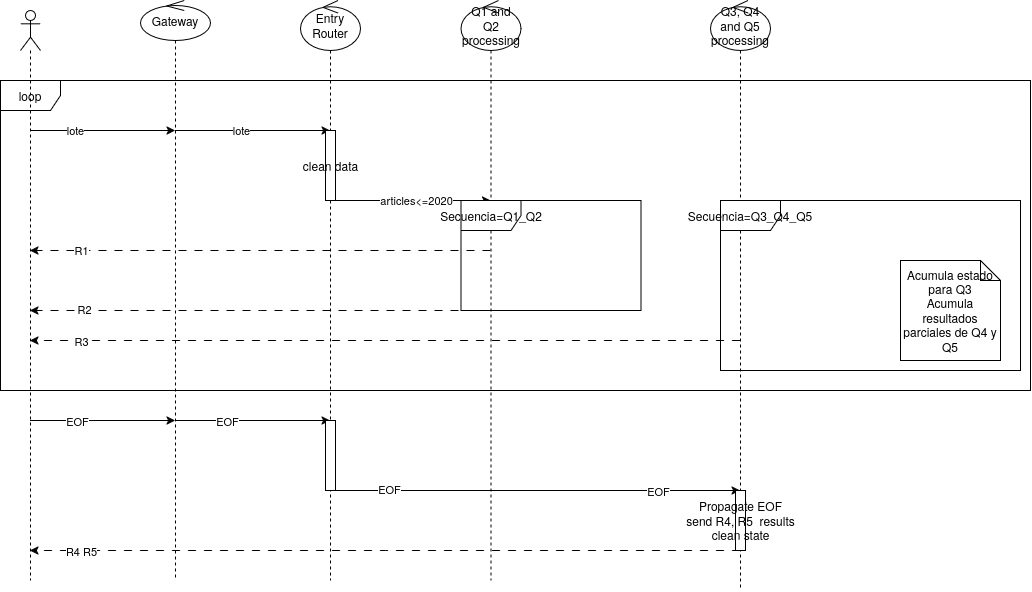
The draw.io diagram diagrams/Distribuidos - TP Diseño-Secuencia.drawio.png in mrti259/fiuba-tp-template, before a commit. Source tidied: cells renumbered, new cells last; positions are measured from the earlier drawing's top-left corner, leaving out a move shared by most shapes. Its diagram source:
```xml
<mxGraphModel>
  <root>
    <mxCell id="0" />
    <mxCell id="1" parent="0" />
    <mxCell id="2" value="loop" style="shape=umlFrame;whiteSpace=wrap;html=1;" parent="1" vertex="1">
      <mxGeometry y="80" width="1030" height="310" as="geometry" />
    </mxCell>
    <mxCell id="3" style="edgeStyle=sequenceEdgeStyle;rounded=0;jettySize=auto;html=1;libavoidRouting=0;curved=0;" parent="1" edge="1" source="7" target="14">
      <mxGeometry relative="1" as="geometry">
        <Array as="points">
          <mxPoint x="102" y="130" />
        </Array>
      </mxGeometry>
    </mxCell>
    <mxCell id="4" value="lote" style="edgeLabel;html=1;align=center;verticalAlign=middle;" parent="3" vertex="1">
      <mxGeometry x="-0.39" y="1" relative="1" as="geometry" />
    </mxCell>
    <mxCell id="5" style="edgeStyle=sequenceEdgeStyle;rounded=0;jettySize=auto;html=1;libavoidRouting=0;curved=0;" parent="1" edge="1" source="7" target="14">
      <mxGeometry relative="1" as="geometry">
        <Array as="points">
          <mxPoint x="102" y="420" />
        </Array>
      </mxGeometry>
    </mxCell>
    <mxCell id="6" value="EOF" style="edgeLabel;html=1;align=center;verticalAlign=middle;" parent="5" vertex="1">
      <mxGeometry x="-0.37" relative="1" as="geometry">
        <mxPoint x="1" as="offset" />
      </mxGeometry>
    </mxCell>
    <mxCell id="7" style="shape=umlLifeline;perimeter=lifelinePerimeter;whiteSpace=wrap;html=1;outlineConnect=0;portConstraint=eastwest;newEdgeStyle={&quot;edgeStyle&quot;:&quot;sequenceEdgeStyle&quot;,&quot;libavoidRouting&quot;:0,&quot;curved&quot;:0,&quot;rounded&quot;:0};participant=umlActor;" parent="1" vertex="1">
      <mxGeometry x="20" y="10" width="20" height="570" as="geometry" />
    </mxCell>
    <mxCell id="8" style="edgeStyle=sequenceEdgeStyle;rounded=0;jettySize=auto;html=1;libavoidRouting=0;curved=0;" parent="1" edge="1" source="14" target="18">
      <mxGeometry relative="1" as="geometry">
        <Array as="points">
          <mxPoint x="252" y="130" />
        </Array>
      </mxGeometry>
    </mxCell>
    <mxCell id="9" value="lote" style="edgeLabel;html=1;align=center;verticalAlign=middle;" parent="8" vertex="1">
      <mxGeometry x="-0.15" y="1" relative="1" as="geometry" />
    </mxCell>
    <mxCell id="10" style="edgeStyle=sequenceEdgeStyle;rounded=0;jettySize=auto;html=1;libavoidRouting=0;curved=0;dashed=1;dashPattern=8 8;" parent="1" edge="1" source="23" target="7">
      <mxGeometry x="0.7" relative="1" as="geometry">
        <Array as="points">
          <mxPoint x="259.8" y="250" />
        </Array>
      </mxGeometry>
    </mxCell>
    <mxCell id="11" value="R1" style="edgeLabel;html=1;align=center;verticalAlign=middle;" parent="10" vertex="1">
      <mxGeometry x="0.78" relative="1" as="geometry">
        <mxPoint x="1" as="offset" />
      </mxGeometry>
    </mxCell>
    <mxCell id="12" style="edgeStyle=sequenceEdgeStyle;rounded=0;jettySize=auto;html=1;libavoidRouting=0;curved=0;" parent="1" edge="1" source="14" target="18">
      <mxGeometry relative="1" as="geometry">
        <Array as="points">
          <mxPoint x="252" y="420" />
        </Array>
      </mxGeometry>
    </mxCell>
    <mxCell id="13" value="EOF" style="edgeLabel;html=1;align=center;verticalAlign=middle;" parent="12" vertex="1">
      <mxGeometry x="-0.33" relative="1" as="geometry" />
    </mxCell>
    <mxCell id="14" value="Gateway" style="shape=umlLifeline;perimeter=lifelinePerimeter;whiteSpace=wrap;html=1;outlineConnect=0;portConstraint=eastwest;newEdgeStyle={&quot;edgeStyle&quot;:&quot;sequenceEdgeStyle&quot;,&quot;libavoidRouting&quot;:0,&quot;curved&quot;:0,&quot;rounded&quot;:0};participant=umlControl;" parent="1" vertex="1">
      <mxGeometry x="140" width="70" height="580" as="geometry" />
    </mxCell>
    <mxCell id="15" style="edgeStyle=sequenceEdgeStyle;rounded=0;jettySize=auto;html=1;libavoidRouting=0;curved=0;" parent="1" edge="1" source="20" target="31">
      <mxGeometry relative="1" as="geometry">
        <Array as="points">
          <mxPoint x="537.2" y="490" />
        </Array>
      </mxGeometry>
    </mxCell>
    <mxCell id="16" value="EOF" style="edgeLabel;html=1;align=center;verticalAlign=middle;" parent="15" vertex="1">
      <mxGeometry x="0.6" relative="1" as="geometry" />
    </mxCell>
    <mxCell id="17" value="EOF" style="edgeLabel;html=1;align=center;verticalAlign=middle;" parent="15" vertex="1">
      <mxGeometry x="-0.74" y="1" relative="1" as="geometry" />
    </mxCell>
    <mxCell id="18" value="Entry Router" style="shape=umlLifeline;perimeter=lifelinePerimeter;whiteSpace=wrap;html=1;outlineConnect=0;portConstraint=eastwest;newEdgeStyle={&quot;edgeStyle&quot;:&quot;sequenceEdgeStyle&quot;,&quot;libavoidRouting&quot;:0,&quot;curved&quot;:0,&quot;rounded&quot;:0};participant=umlControl;size=50;" parent="1" vertex="1">
      <mxGeometry x="300" width="60" height="580" as="geometry" />
    </mxCell>
    <mxCell id="19" value="clean data" style="html=1;points=[[0,0,0,0,5],[0,1,0,0,-5],[1,0,0,0,5],[1,1,0,0,-5]];perimeter=orthogonalPerimeter;outlineConnect=0;targetShapes=umlLifeline;portConstraint=eastwest;newEdgeStyle={&quot;edgeStyle&quot;:&quot;sequenceEdgeStyle&quot;,&quot;libavoidRouting&quot;:0,&quot;curved&quot;:0,&quot;rounded&quot;:0};" parent="18" vertex="1">
      <mxGeometry x="25" y="130" width="10" height="70" as="geometry" />
    </mxCell>
    <mxCell id="20" style="html=1;points=[[0,0,0,0,5],[0,1,0,0,-5],[1,0,0,0,5],[1,1,0,0,-5]];perimeter=orthogonalPerimeter;outlineConnect=0;targetShapes=umlLifeline;portConstraint=eastwest;newEdgeStyle={&quot;edgeStyle&quot;:&quot;sequenceEdgeStyle&quot;,&quot;libavoidRouting&quot;:0,&quot;curved&quot;:0,&quot;rounded&quot;:0};" parent="18" vertex="1">
      <mxGeometry x="25" y="420" width="10" height="70" as="geometry" />
    </mxCell>
    <mxCell id="21" style="edgeStyle=sequenceEdgeStyle;rounded=0;jettySize=auto;html=1;libavoidRouting=0;curved=0;dashed=1;dashPattern=8 8;" parent="1" edge="1" source="23" target="7">
      <mxGeometry relative="1" as="geometry">
        <Array as="points">
          <mxPoint x="259.8" y="310" />
        </Array>
      </mxGeometry>
    </mxCell>
    <mxCell id="22" value="R2" style="edgeLabel;html=1;align=center;verticalAlign=middle;" parent="21" vertex="1">
      <mxGeometry x="0.77" y="-2" relative="1" as="geometry" />
    </mxCell>
    <mxCell id="23" value="Q1 and&lt;div&gt;Q2 processing&lt;/div&gt;" style="shape=umlLifeline;perimeter=lifelinePerimeter;whiteSpace=wrap;html=1;outlineConnect=0;portConstraint=eastwest;newEdgeStyle={&quot;edgeStyle&quot;:&quot;sequenceEdgeStyle&quot;,&quot;libavoidRouting&quot;:0,&quot;curved&quot;:0,&quot;rounded&quot;:0};participant=umlControl;size=50;" parent="1" vertex="1">
      <mxGeometry x="460.5" width="60" height="580" as="geometry" />
    </mxCell>
    <mxCell id="24" style="edgeStyle=sequenceEdgeStyle;rounded=0;jettySize=auto;html=1;libavoidRouting=0;curved=0;" parent="1" edge="1" source="19" target="23">
      <mxGeometry relative="1" as="geometry">
        <Array as="points">
          <mxPoint x="412.5" y="200" />
        </Array>
      </mxGeometry>
    </mxCell>
    <mxCell id="25" value="articles&amp;lt;=2020" style="edgeLabel;html=1;align=center;verticalAlign=middle;" parent="24" vertex="1">
      <mxGeometry x="0.21" y="-2" relative="1" as="geometry">
        <mxPoint x="-14" y="-2" as="offset" />
      </mxGeometry>
    </mxCell>
    <mxCell id="26" value="Secuencia=Q1_Q2" style="shape=umlFrame;whiteSpace=wrap;html=1;" parent="1" vertex="1">
      <mxGeometry x="460.5" y="200" width="180" height="110" as="geometry" />
    </mxCell>
    <mxCell id="27" style="edgeStyle=sequenceEdgeStyle;rounded=0;jettySize=auto;html=1;libavoidRouting=0;curved=0;dashed=1;dashPattern=8 8;" parent="1" edge="1" source="31" target="7">
      <mxGeometry relative="1" as="geometry">
        <Array as="points">
          <mxPoint x="384.5" y="340" />
        </Array>
      </mxGeometry>
    </mxCell>
    <mxCell id="28" value="R3" style="edgeLabel;html=1;align=center;verticalAlign=middle;" parent="27" vertex="1">
      <mxGeometry x="0.87" y="3" relative="1" as="geometry">
        <mxPoint x="5" y="-3" as="offset" />
      </mxGeometry>
    </mxCell>
    <mxCell id="29" style="edgeStyle=sequenceEdgeStyle;rounded=0;jettySize=auto;html=1;libavoidRouting=0;curved=0;dashed=1;dashPattern=8 8;" parent="1" edge="1" source="31" target="7">
      <mxGeometry relative="1" as="geometry">
        <Array as="points">
          <mxPoint x="384" y="550" />
        </Array>
      </mxGeometry>
    </mxCell>
    <mxCell id="30" value="R4 R5" style="edgeLabel;html=1;align=center;verticalAlign=middle;" parent="29" vertex="1">
      <mxGeometry x="0.87" y="1" relative="1" as="geometry">
        <mxPoint x="4" y="-1" as="offset" />
      </mxGeometry>
    </mxCell>
    <mxCell id="31" value="Q3,&amp;nbsp;&lt;span style=&quot;background-color: transparent; color: light-dark(rgb(0, 0, 0), rgb(255, 255, 255));&quot;&gt;Q4 and Q5 processing&lt;/span&gt;" style="shape=umlLifeline;perimeter=lifelinePerimeter;whiteSpace=wrap;html=1;outlineConnect=0;portConstraint=eastwest;newEdgeStyle={&quot;edgeStyle&quot;:&quot;sequenceEdgeStyle&quot;,&quot;libavoidRouting&quot;:0,&quot;curved&quot;:0,&quot;rounded&quot;:0};participant=umlControl;size=50;" parent="1" vertex="1">
      <mxGeometry x="710" width="60" height="590" as="geometry" />
    </mxCell>
    <mxCell id="32" value="&lt;div&gt;Propagate EOF&lt;/div&gt;&lt;div&gt;send R4, R5&amp;nbsp; results&lt;/div&gt;&lt;div&gt;clean state&lt;/div&gt;" style="html=1;points=[[0,0,0,0,5],[0,1,0,0,-5],[1,0,0,0,5],[1,1,0,0,-5]];perimeter=orthogonalPerimeter;outlineConnect=0;targetShapes=umlLifeline;portConstraint=eastwest;newEdgeStyle={&quot;edgeStyle&quot;:&quot;sequenceEdgeStyle&quot;,&quot;libavoidRouting&quot;:0,&quot;curved&quot;:0,&quot;rounded&quot;:0};" parent="31" vertex="1">
      <mxGeometry x="25" y="490" width="10" height="60" as="geometry" />
    </mxCell>
    <mxCell id="33" value="Secuencia=Q3_Q4_Q5" style="shape=umlFrame;whiteSpace=wrap;html=1;" parent="1" vertex="1">
      <mxGeometry x="720" y="200" width="300" height="170" as="geometry" />
    </mxCell>
    <mxCell id="34" value="&lt;div&gt;Acumula estado para Q3&lt;/div&gt;Acumula resultados parciales de Q4 y Q5" style="shape=note;size=20;whiteSpace=wrap;html=1;" parent="1" vertex="1">
      <mxGeometry x="900" y="260" width="100" height="100" as="geometry" />
    </mxCell>
  </root>
</mxGraphModel>
```
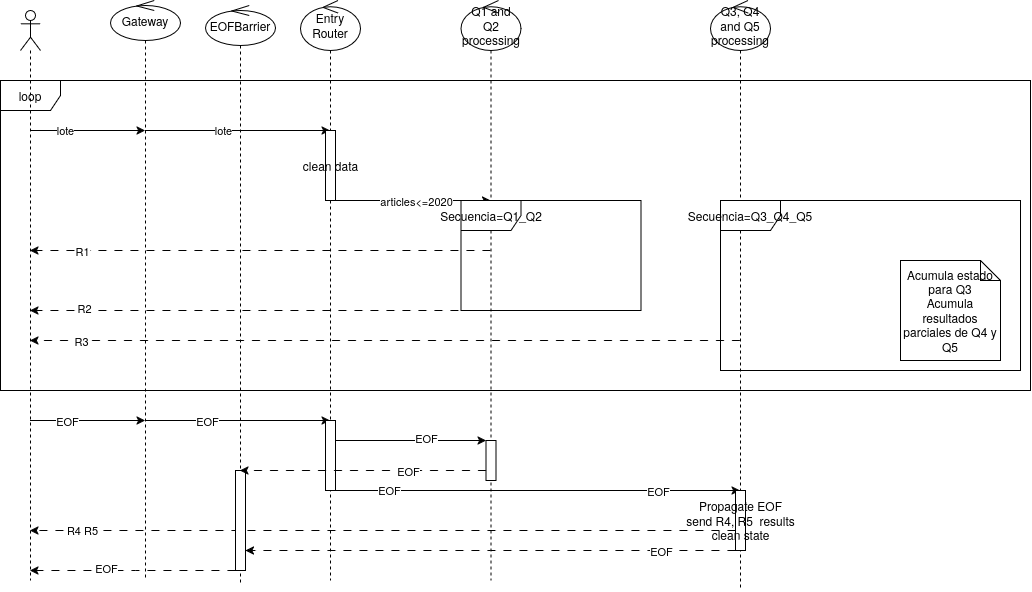
Later version of the same file.

Commit message:
TP diseño: elimina sinks, EOFBarrier en DAG; tareas por etapa con estimados

Change to the diagram source:
```diff
@@ -63,7 +63,7 @@
       <mxGeometry x="-0.33" relative="1" as="geometry" />
     </mxCell>
     <mxCell id="14" value="Gateway" style="shape=umlLifeline;perimeter=lifelinePerimeter;whiteSpace=wrap;html=1;outlineConnect=0;portConstraint=eastwest;newEdgeStyle={&quot;edgeStyle&quot;:&quot;sequenceEdgeStyle&quot;,&quot;libavoidRouting&quot;:0,&quot;curved&quot;:0,&quot;rounded&quot;:0};participant=umlControl;" parent="1" vertex="1">
-      <mxGeometry x="140" width="70" height="580" as="geometry" />
+      <mxGeometry x="110" width="70" height="580" as="geometry" />
     </mxCell>
     <mxCell id="15" style="edgeStyle=sequenceEdgeStyle;rounded=0;jettySize=auto;html=1;libavoidRouting=0;curved=0;" parent="1" edge="1" source="20" target="31">
       <mxGeometry relative="1" as="geometry">
@@ -100,6 +100,9 @@
     <mxCell id="23" value="Q1 and&lt;div&gt;Q2 processing&lt;/div&gt;" style="shape=umlLifeline;perimeter=lifelinePerimeter;whiteSpace=wrap;html=1;outlineConnect=0;portConstraint=eastwest;newEdgeStyle={&quot;edgeStyle&quot;:&quot;sequenceEdgeStyle&quot;,&quot;libavoidRouting&quot;:0,&quot;curved&quot;:0,&quot;rounded&quot;:0};participant=umlControl;size=50;" parent="1" vertex="1">
       <mxGeometry x="460.5" width="60" height="580" as="geometry" />
     </mxCell>
+    <mxCell id="35" style="html=1;points=[[0,0,0,0,5],[0,1,0,0,-5],[1,0,0,0,5],[1,1,0,0,-5]];perimeter=orthogonalPerimeter;outlineConnect=0;targetShapes=umlLifeline;portConstraint=eastwest;newEdgeStyle={&quot;edgeStyle&quot;:&quot;sequenceEdgeStyle&quot;,&quot;libavoidRouting&quot;:0,&quot;curved&quot;:0,&quot;rounded&quot;:0};" parent="23" vertex="1">
+      <mxGeometry x="25" y="440" width="10" height="40" as="geometry" />
+    </mxCell>
     <mxCell id="24" style="edgeStyle=sequenceEdgeStyle;rounded=0;jettySize=auto;html=1;libavoidRouting=0;curved=0;" parent="1" edge="1" source="19" target="23">
       <mxGeometry relative="1" as="geometry">
         <Array as="points">
@@ -127,10 +130,10 @@
         <mxPoint x="5" y="-3" as="offset" />
       </mxGeometry>
     </mxCell>
-    <mxCell id="29" style="edgeStyle=sequenceEdgeStyle;rounded=0;jettySize=auto;html=1;libavoidRouting=0;curved=0;dashed=1;dashPattern=8 8;" parent="1" edge="1" source="31" target="7">
+    <mxCell id="29" style="edgeStyle=sequenceEdgeStyle;rounded=0;jettySize=auto;html=1;libavoidRouting=0;curved=0;dashed=1;dashPattern=8 8;" parent="1" edge="1" source="32" target="7">
       <mxGeometry relative="1" as="geometry">
         <Array as="points">
-          <mxPoint x="384" y="550" />
+          <mxPoint x="620" y="530" />
         </Array>
       </mxGeometry>
     </mxCell>
@@ -151,5 +154,55 @@
     <mxCell id="34" value="&lt;div&gt;Acumula estado para Q3&lt;/div&gt;Acumula resultados parciales de Q4 y Q5" style="shape=note;size=20;whiteSpace=wrap;html=1;" parent="1" vertex="1">
       <mxGeometry x="900" y="260" width="100" height="100" as="geometry" />
     </mxCell>
+    <mxCell id="36" value="EOFBarrier" style="shape=umlLifeline;perimeter=lifelinePerimeter;whiteSpace=wrap;html=1;outlineConnect=0;portConstraint=eastwest;newEdgeStyle={&quot;edgeStyle&quot;:&quot;sequenceEdgeStyle&quot;,&quot;libavoidRouting&quot;:0,&quot;curved&quot;:0,&quot;rounded&quot;:0};participant=umlControl;" parent="1" vertex="1">
+      <mxGeometry x="205" y="5" width="70" height="580" as="geometry" />
+    </mxCell>
+    <mxCell id="37" style="html=1;points=[[0,0,0,0,5],[0,1,0,0,-5],[1,0,0,0,5],[1,1,0,0,-5]];perimeter=orthogonalPerimeter;outlineConnect=0;targetShapes=umlLifeline;portConstraint=eastwest;newEdgeStyle={&quot;edgeStyle&quot;:&quot;sequenceEdgeStyle&quot;,&quot;libavoidRouting&quot;:0,&quot;curved&quot;:0,&quot;rounded&quot;:0};" parent="36" vertex="1">
+      <mxGeometry x="30" y="465" width="10" height="100" as="geometry" />
+    </mxCell>
+    <mxCell id="38" style="edgeStyle=sequenceEdgeStyle;rounded=0;jettySize=auto;html=1;libavoidRouting=0;curved=0;" parent="1" edge="1" source="20" target="35">
+      <mxGeometry relative="1" as="geometry">
+        <Array as="points">
+          <mxPoint x="490" y="440" />
+        </Array>
+      </mxGeometry>
+    </mxCell>
+    <mxCell id="39" value="EOF" style="edgeLabel;html=1;align=center;verticalAlign=middle;" parent="38" vertex="1">
+      <mxGeometry x="0.21" y="3" relative="1" as="geometry" />
+    </mxCell>
+    <mxCell id="40" style="edgeStyle=sequenceEdgeStyle;rounded=0;jettySize=auto;html=1;libavoidRouting=0;curved=0;dashed=1;dashPattern=8 8;" parent="1" edge="1" source="35" target="36">
+      <mxGeometry relative="1" as="geometry">
+        <Array as="points">
+          <mxPoint x="250" y="470" />
+        </Array>
+      </mxGeometry>
+    </mxCell>
+    <mxCell id="41" value="EOF" style="edgeLabel;html=1;align=center;verticalAlign=middle;" parent="40" vertex="1">
+      <mxGeometry x="-0.36" relative="1" as="geometry" />
+    </mxCell>
+    <mxCell id="42" style="edgeStyle=sequenceEdgeStyle;rounded=0;jettySize=auto;html=1;libavoidRouting=0;curved=0;dashed=1;dashPattern=8 8;" parent="1" edge="1" source="32" target="37">
+      <mxGeometry relative="1" as="geometry">
+        <Array as="points">
+          <mxPoint x="260" y="550" />
+        </Array>
+      </mxGeometry>
+    </mxCell>
+    <mxCell id="43" value="EOF" style="edgeLabel;html=1;align=center;verticalAlign=middle;" parent="42" vertex="1">
+      <mxGeometry x="-0.35" y="3" relative="1" as="geometry">
+        <mxPoint x="84" y="-3" as="offset" />
+      </mxGeometry>
+    </mxCell>
+    <mxCell id="44" style="edgeStyle=sequenceEdgeStyle;rounded=0;jettySize=auto;html=1;libavoidRouting=0;curved=0;dashed=1;dashPattern=8 8;" parent="1" edge="1" source="37" target="7">
+      <mxGeometry relative="1" as="geometry">
+        <Array as="points">
+          <mxPoint x="40" y="570" />
+        </Array>
+      </mxGeometry>
+    </mxCell>
+    <mxCell id="45" value="EOF" style="edgeLabel;html=1;align=center;verticalAlign=middle;" parent="44" vertex="1">
+      <mxGeometry x="0.27" y="-2" relative="1" as="geometry">
+        <mxPoint x="1" as="offset" />
+      </mxGeometry>
+    </mxCell>
   </root>
 </mxGraphModel>
```
